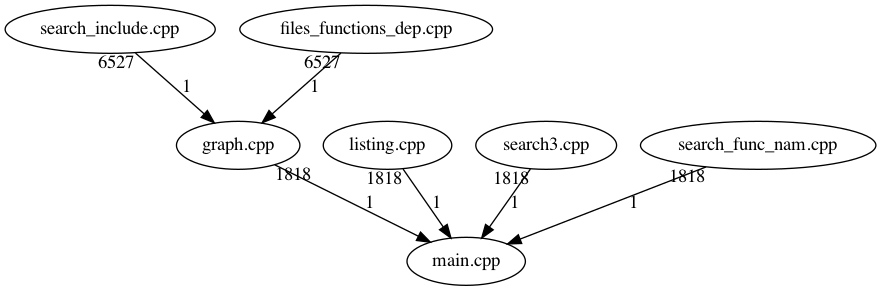
ZychDev/Zak_Io_Project keeps this Graphviz diagram as folder/pliki.dot.png. Above is the earlier version. Its source is kept beside it as folder/pliki.dot.
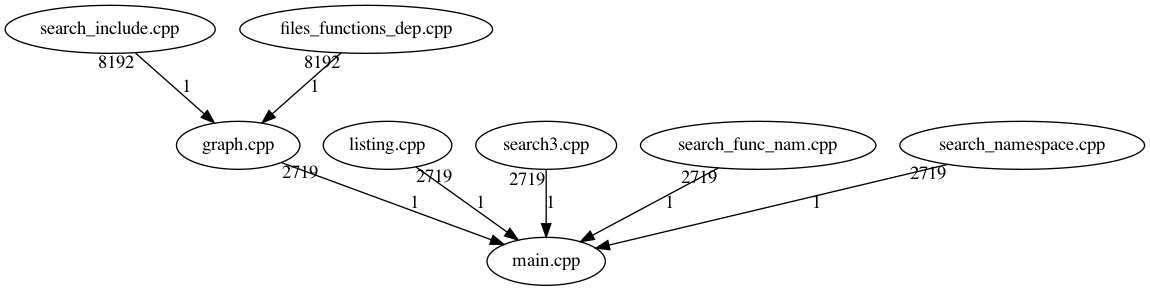
The same diagram one commit later.

Diff of the diagram source:
```diff
@@ -1,9 +1,10 @@
 digraph files_graph
 {
-"search_include.cpp"->"graph.cpp"[taillabel = 6527][label = 1]
-"files_functions_dep.cpp"->"graph.cpp"[taillabel = 6527][label = 1]
-"graph.cpp"->"main.cpp"[taillabel = 1818][label = 1]
-"listing.cpp"->"main.cpp"[taillabel = 1818][label = 1]
-"search3.cpp"->"main.cpp"[taillabel = 1818][label = 1]
-"search_func_nam.cpp"->"main.cpp"[taillabel = 1818][label = 1]
+"search_include.cpp"->"graph.cpp"[taillabel = 8192][label = 1]
+"files_functions_dep.cpp"->"graph.cpp"[taillabel = 8192][label = 1]
+"graph.cpp"->"main.cpp"[taillabel = 2719][label = 1]
+"listing.cpp"->"main.cpp"[taillabel = 2719][label = 1]
+"search3.cpp"->"main.cpp"[taillabel = 2719][label = 1]
+"search_func_nam.cpp"->"main.cpp"[taillabel = 2719][label = 1]
+"search_namespace.cpp"->"main.cpp"[taillabel = 2719][label = 1]
 }
```
